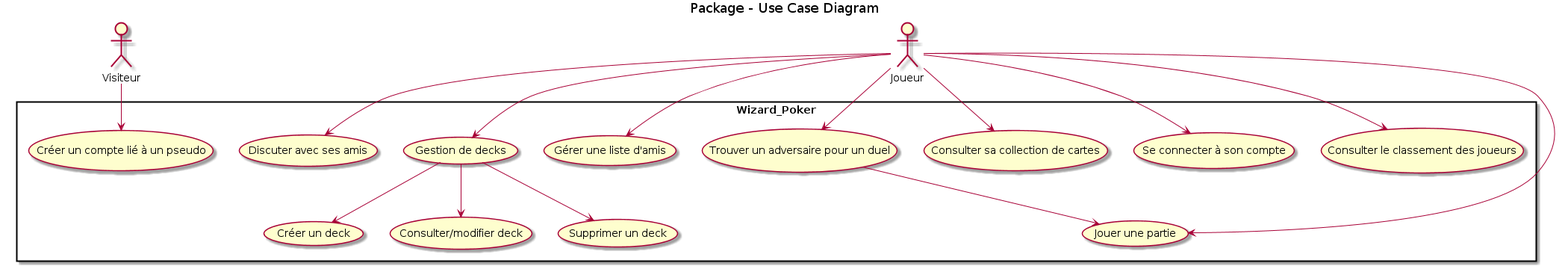
This is uml_files/UseCaseDiagram.png from elishadrion/tetris, a PlantUML export, as it was before one commit.
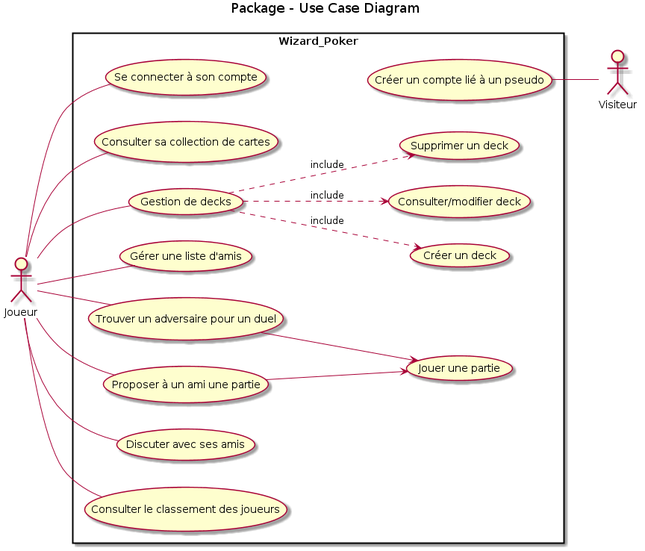
Later version of the same file.

Commit message:
Better userCase lisibility and organisation

Diff of the diagram source:
```diff
@@ -2,6 +2,11 @@
 
 title Package - Use Case Diagram
 
+skinparam packageStyle rect
+left to right direction
+
+:Joueur:
+:Visiteur:
 
 rectangle Wizard_Poker {
     (Créer un compte lié à un pseudo) as create
@@ -13,28 +18,26 @@
     (Supprimer un deck) as delete_deck
     (Gérer une liste d'amis) as gest_amis
     (Trouver un adversaire pour un duel) as find_player
+    (Proposer à un ami une partie) as friend_player
     (Jouer une partie) as play
     (Discuter avec ses amis) as discut_friends
     (Consulter le classement des joueurs) as classement
 }
 
-
-:Joueur:
-:Visiteur:
-
-Visiteur --> create
-Joueur --> login
-Joueur --> view_carte
-Joueur --> gest_deck
-Joueur --> gest_amis
-Joueur --> find_player
-Joueur --> play
-Joueur --> discut_friends
-Joueur --> classement
-gest_deck --> modif_deck
-gest_deck --> delete_deck
-gest_deck --> create_deck
+Visiteur -l- create
+create -[hidden]u- login
+Joueur -- login
+Joueur -- view_carte
+Joueur -- gest_deck
+Joueur -- gest_amis
+Joueur -- find_player
+Joueur -- friend_player
+Joueur -- discut_friends
+Joueur -- classement
+gest_deck .d-> modif_deck : include
+gest_deck .d-> delete_deck : include
+gest_deck .d-> create_deck : include
 find_player --> play
-
+friend_player --> play
 
 @enduml
```
